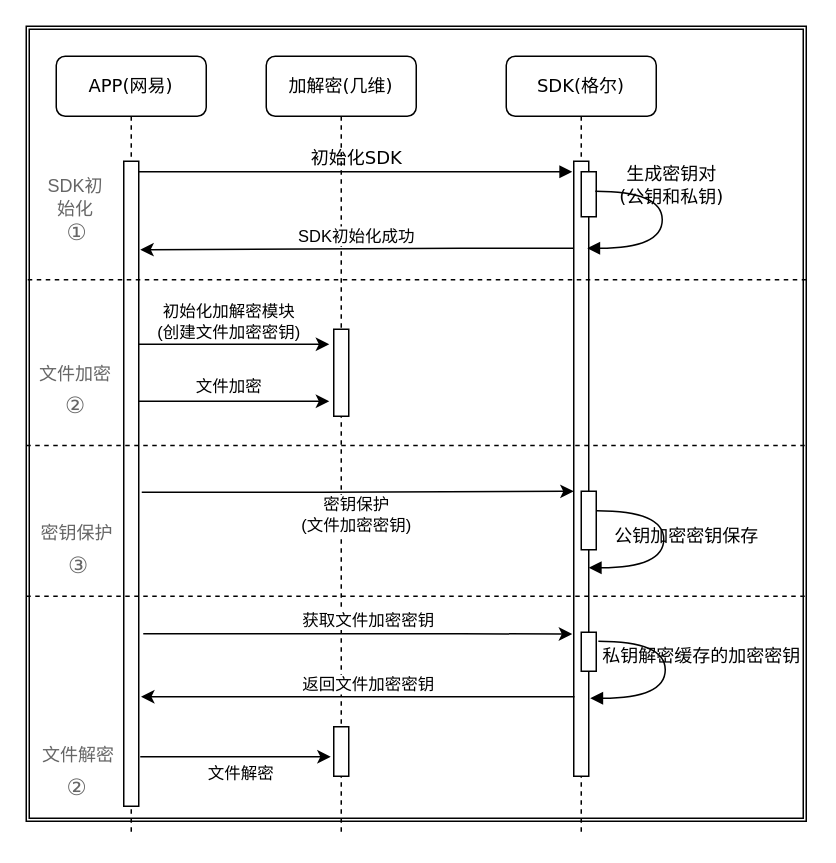
Above: 密钥安全.drawio in mobof/Koal (draw.io), before the change. Source tidied: cells renumbered, new cells numbered last; positions are measured from the earlier drawing's top-left corner, leaving out a move shared by most shapes. Both pictures are drawn from the tidied source at 150%, with x=0, y=0 at pixel (26, 26).
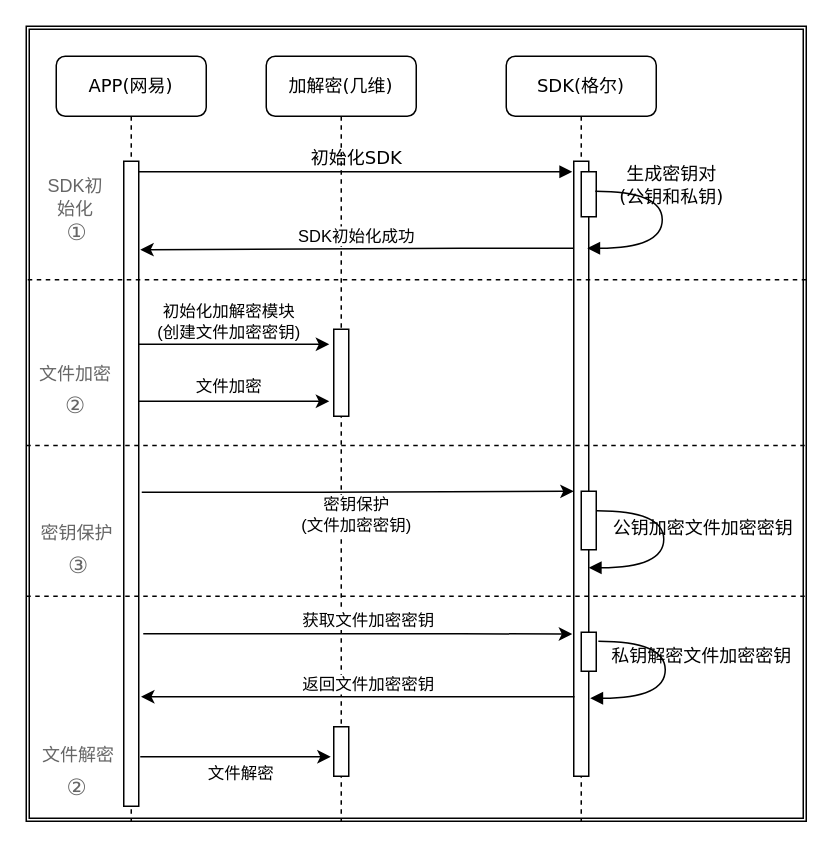
The same page after the edit.

What changed in the source:
```diff
@@
     <mxCell id="3" value="加解密(几维)" style="shape=umlLifeline;perimeter=lifelinePerimeter;whiteSpace=wrap;html=1;rounded=1;shadow=0;comic=0;labelBackgroundColor=none;strokeWidth=1;fontFamily=Verdana;fontSize=12;align=center;" parent="1" vertex="1">
-      <mxGeometry x="160" y="20" width="100" height="520" as="geometry" />
+      <mxGeometry x="160" y="20" width="100" height="510" as="geometry" />
     </mxCell>
     <mxCell id="4" value="SDK(格尔)" style="shape=umlLifeline;perimeter=lifelinePerimeter;whiteSpace=wrap;html=1;rounded=1;shadow=0;comic=0;labelBackgroundColor=none;strokeWidth=1;fontFamily=Verdana;fontSize=12;align=center;" parent="1" vertex="1">
-      <mxGeometry x="320" y="20" width="100" height="520" as="geometry" />
+      <mxGeometry x="320" y="20" width="100" height="510" as="geometry" />
     </mxCell>
@@
     <mxCell id="6" value="APP(网易)" style="shape=umlLifeline;perimeter=lifelinePerimeter;whiteSpace=wrap;html=1;rounded=1;shadow=0;comic=0;labelBackgroundColor=none;strokeWidth=1;fontFamily=Verdana;fontSize=12;align=center;" parent="1" vertex="1">
-      <mxGeometry x="20" y="20" width="100" height="520" as="geometry" />
+      <mxGeometry x="20" y="20" width="100" height="510" as="geometry" />
     </mxCell>
@@
-    <mxCell id="17" value="公钥加密密钥保存" style="html=1;verticalAlign=bottom;endArrow=block;labelBackgroundColor=none;fontFamily=Verdana;fontSize=12;elbow=vertical;edgeStyle=orthogonalEdgeStyle;curved=1;entryX=1;entryY=0.286;entryPerimeter=0;" parent="1" edge="1">
-      <mxGeometry x="0.07" y="15" relative="1" as="geometry">
+    <mxCell id="17" value="公钥加密文件加密密钥" style="html=1;verticalAlign=bottom;endArrow=block;labelBackgroundColor=none;fontFamily=Verdana;fontSize=12;elbow=vertical;edgeStyle=orthogonalEdgeStyle;curved=1;entryX=1;entryY=0.286;entryPerimeter=0;" parent="1" edge="1">
+      <mxGeometry x="-0.01" y="26" relative="1" as="geometry">
         <mxPoint x="380.4" y="323" as="sourcePoint" />
         <mxPoint x="375" y="361" as="targetPoint" />
         <Array as="points">
           <mxPoint x="425" y="322.9" />
           <mxPoint x="425" y="360.9" />
         </Array>
       </mxGeometry>
     </mxCell>
@@
-    <mxCell id="29" value="私钥解密缓存的加密密钥" style="html=1;verticalAlign=bottom;endArrow=block;labelBackgroundColor=none;fontFamily=Verdana;fontSize=12;elbow=vertical;edgeStyle=orthogonalEdgeStyle;curved=1;entryX=1;entryY=0.286;entryPerimeter=0;" parent="1" edge="1">
+    <mxCell id="29" value="私钥解密文件加密密钥" style="html=1;verticalAlign=bottom;endArrow=block;labelBackgroundColor=none;fontFamily=Verdana;fontSize=12;elbow=vertical;edgeStyle=orthogonalEdgeStyle;curved=1;entryX=1;entryY=0.286;entryPerimeter=0;" parent="1" edge="1">
       <mxGeometry x="-0.03" y="24" relative="1" as="geometry">
         <mxPoint x="381.4" y="410" as="sourcePoint" />
         <mxPoint x="376" y="448" as="targetPoint" />
         <Array as="points">
           <mxPoint x="426" y="409.9" />
           <mxPoint x="426" y="447.9" />
         </Array>
       </mxGeometry>
     </mxCell>
```
